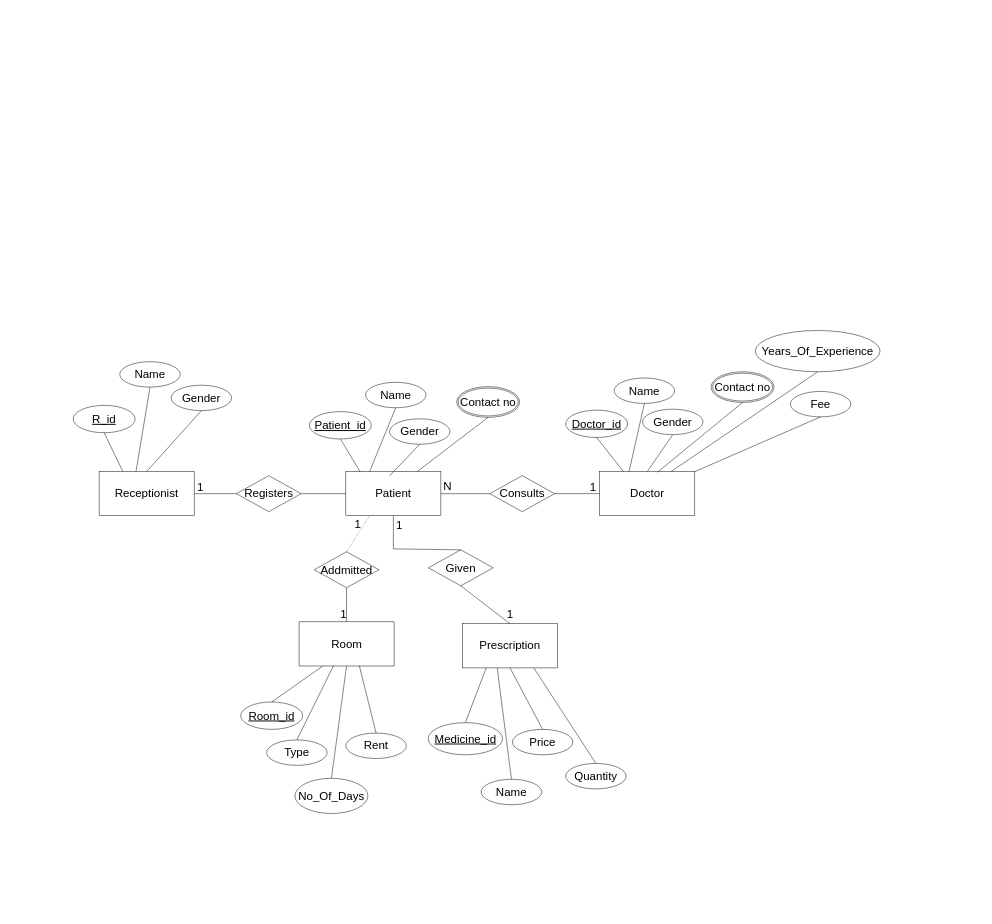
Before: hospital_ER.drawio in fayas1234/HOSPITAL-MANAGEMENT-SYSTEM, a draw.io diagram. Source tidied: cells renumbered, new cells numbered last; positions are measured from the earlier drawing's top-left corner, leaving out a move shared by most shapes. Both pictures are drawn from the tidied source at 48%, with x=0, y=0 at pixel (73, 330).
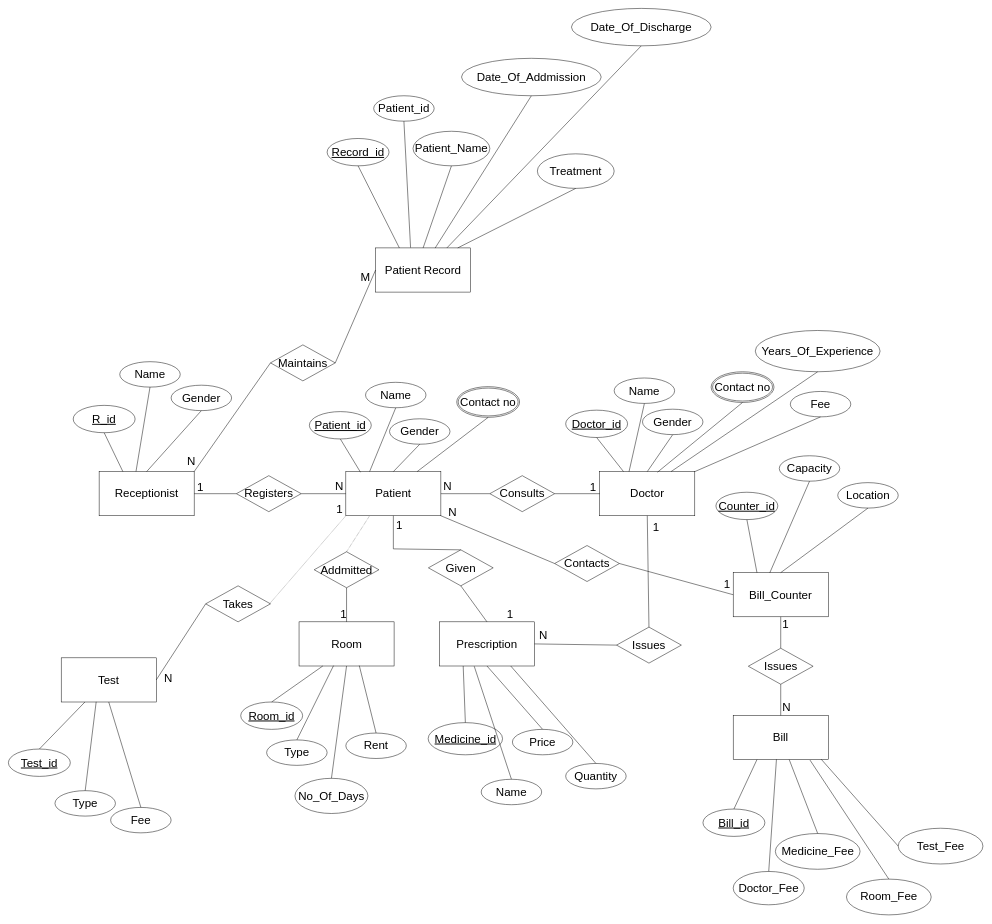
The same diagram, later.

Unchanged cells that the change refers to:
```xml
<mxCell id="2" value="&lt;font style=&quot;font-size: 24px;&quot;&gt;Patient&lt;/font&gt;" style="whiteSpace=wrap;html=1;align=center;" parent="1" vertex="1">
  <mxGeometry x="568" y="294" width="198" height="92" as="geometry" />
</mxCell>
<mxCell id="7" value="Gender" style="ellipse;whiteSpace=wrap;html=1;align=center;fontSize=24;" parent="1" vertex="1">
  <mxGeometry x="659" y="184" width="126" height="53" as="geometry" />
</mxCell>
<mxCell id="9" value="&lt;span style=&quot;font-size: 24px;&quot;&gt;Doctor&lt;/span&gt;" style="whiteSpace=wrap;html=1;align=center;" parent="1" vertex="1">
  <mxGeometry x="1097" y="294" width="198" height="92" as="geometry" />
</mxCell>
<mxCell id="31" style="endArrow=none;html=1;rounded=0;dashed=1;dashPattern=1 2;fontSize=24;entryX=0.25;entryY=1;entryDx=0;entryDy=0;exitX=0.5;exitY=0;exitDx=0;exitDy=0;" parent="1" edge="1" source="28" target="2">
  <mxGeometry relative="1" as="geometry" />
</mxCell>
<mxCell id="57" value="&lt;span style=&quot;font-size: 24px;&quot;&gt;Receptionist&lt;/span&gt;" style="whiteSpace=wrap;html=1;align=center;" parent="1" vertex="1">
  <mxGeometry x="54" y="294" width="198" height="92" as="geometry" />
</mxCell>
```

Diff of the diagram source:
```diff
@@
-    <mxCell id="8" style="endArrow=none;html=1;rounded=0;fontSize=24;entryX=0.5;entryY=1;entryDx=0;entryDy=0;" parent="1" edge="1" target="7">
-      <mxGeometry relative="1" as="geometry">
-        <mxPoint x="659" y="303" as="sourcePoint" />
-      </mxGeometry>
+    <mxCell id="8" style="endArrow=none;html=1;rounded=0;fontSize=24;entryX=0.5;entryY=1;entryDx=0;entryDy=0;exitX=0.5;exitY=0;exitDx=0;exitDy=0;" parent="1" edge="1" source="2" target="7">
+      <mxGeometry relative="1" as="geometry" />
     </mxCell>
@@
     <mxCell id="32" value="1" style="html=1;align=right;verticalAlign=bottom;fontSize=24;" parent="31" vertex="1">
       <mxGeometry x="1" relative="1" as="geometry">
-        <mxPoint x="-17" y="34" as="offset" />
+        <mxPoint x="-55" y="3" as="offset" />
       </mxGeometry>
     </mxCell>
@@
     <mxCell id="43" value="&lt;span style=&quot;font-size: 24px;&quot;&gt;Prescription&lt;/span&gt;" style="whiteSpace=wrap;html=1;align=center;" parent="1" vertex="1">
-      <mxGeometry x="811" y="611" width="198" height="92" as="geometry" />
+      <mxGeometry x="763" y="607" width="198" height="92" as="geometry" />
     </mxCell>
@@
+    <mxCell id="68" value="N" style="html=1;align=right;verticalAlign=bottom;fontSize=24;" parent="1" vertex="1">
+      <mxGeometry x="807.5" y="365.5" as="geometry">
+        <mxPoint x="-245" y="-26" as="offset" />
+      </mxGeometry>
+    </mxCell>
+    <mxCell id="69" value="&lt;span style=&quot;font-size: 24px;&quot;&gt;Bill_Counter&lt;/span&gt;" style="whiteSpace=wrap;html=1;align=center;" parent="1" vertex="1">
+      <mxGeometry x="1375" y="504.5" width="198" height="92" as="geometry" />
+    </mxCell>
+    <mxCell id="70" value="Contacts" style="shape=rhombus;perimeter=rhombusPerimeter;whiteSpace=wrap;html=1;align=center;fontSize=24;" parent="1" vertex="1">
+      <mxGeometry x="1003" y="448" width="135" height="75" as="geometry" />
+    </mxCell>
+    <mxCell id="71" style="endArrow=none;html=1;rounded=0;exitX=0;exitY=0.5;exitDx=0;exitDy=0;entryX=1;entryY=1;entryDx=0;entryDy=0;" parent="1" edge="1" source="70" target="2">
+      <mxGeometry relative="1" as="geometry" />
+    </mxCell>
+    <mxCell id="72" style="endArrow=none;html=1;rounded=0;exitX=1;exitY=0.5;exitDx=0;exitDy=0;entryX=0;entryY=0.5;entryDx=0;entryDy=0;" parent="1" edge="1" source="70" target="69">
+      <mxGeometry relative="1" as="geometry" />
+    </mxCell>
+    <mxCell id="73" value="N" style="html=1;align=right;verticalAlign=bottom;fontSize=24;" parent="1" vertex="1">
+      <mxGeometry x="791" y="355" as="geometry">
+        <mxPoint x="8" y="40" as="offset" />
+      </mxGeometry>
+    </mxCell>
+    <mxCell id="74" value="1" style="text;html=1;strokeColor=none;fillColor=none;align=center;verticalAlign=middle;whiteSpace=wrap;rounded=0;fontSize=24;" parent="1" vertex="1">
+      <mxGeometry x="1346" y="513" width="33" height="32" as="geometry" />
+    </mxCell>
+    <mxCell id="75" value="&lt;span style=&quot;font-size: 24px;&quot;&gt;Bill&lt;/span&gt;" style="whiteSpace=wrap;html=1;align=center;" parent="1" vertex="1">
+      <mxGeometry x="1375" y="802" width="198" height="92" as="geometry" />
+    </mxCell>
+    <mxCell id="76" value="Counter_id" style="ellipse;whiteSpace=wrap;html=1;align=center;fontStyle=4;fontSize=24;" parent="1" vertex="1">
+      <mxGeometry x="1339" y="337" width="129" height="57" as="geometry" />
+    </mxCell>
+    <mxCell id="77" style="endArrow=none;html=1;rounded=0;fontSize=24;exitX=0.25;exitY=0;exitDx=0;exitDy=0;entryX=0.5;entryY=1;entryDx=0;entryDy=0;" parent="1" edge="1" source="69" target="76">
+      <mxGeometry relative="1" as="geometry" />
+    </mxCell>
+    <mxCell id="78" value="Capacity" style="ellipse;whiteSpace=wrap;html=1;align=center;fontSize=24;" parent="1" vertex="1">
+      <mxGeometry x="1471" y="261" width="126" height="53" as="geometry" />
+    </mxCell>
+    <mxCell id="79" style="endArrow=none;html=1;rounded=0;fontSize=24;entryX=0.5;entryY=1;entryDx=0;entryDy=0;exitX=0.385;exitY=0.004;exitDx=0;exitDy=0;exitPerimeter=0;" parent="1" edge="1" source="69" target="78">
+      <mxGeometry relative="1" as="geometry" />
+    </mxCell>
+    <mxCell id="80" value="Location" style="ellipse;whiteSpace=wrap;html=1;align=center;fontSize=24;" parent="1" vertex="1">
+      <mxGeometry x="1592.8" y="317" width="126" height="53" as="geometry" />
+    </mxCell>
+    <mxCell id="81" style="endArrow=none;html=1;rounded=0;fontSize=24;entryX=0.5;entryY=1;entryDx=0;entryDy=0;exitX=0.5;exitY=0;exitDx=0;exitDy=0;" parent="1" edge="1" source="69" target="80">
+      <mxGeometry relative="1" as="geometry" />
+    </mxCell>
+    <mxCell id="82" value="Issues" style="shape=rhombus;perimeter=rhombusPerimeter;whiteSpace=wrap;html=1;align=center;fontSize=24;" parent="1" vertex="1">
+      <mxGeometry x="1406.5" y="662" width="135" height="75" as="geometry" />
+    </mxCell>
+    <mxCell id="83" style="endArrow=none;html=1;rounded=0;entryX=0.5;entryY=1;entryDx=0;entryDy=0;exitX=0.5;exitY=0;exitDx=0;exitDy=0;" parent="1" edge="1" source="82" target="69">
+      <mxGeometry relative="1" as="geometry" />
+    </mxCell>
+    <mxCell id="84" style="endArrow=none;html=1;rounded=0;entryX=0.5;entryY=0;entryDx=0;entryDy=0;exitX=0.5;exitY=1;exitDx=0;exitDy=0;" parent="1" edge="1" source="82" target="75">
+      <mxGeometry relative="1" as="geometry" />
+    </mxCell>
+    <mxCell id="85" value="1" style="text;html=1;strokeColor=none;fillColor=none;align=center;verticalAlign=middle;whiteSpace=wrap;rounded=0;fontSize=24;" parent="1" vertex="1">
+      <mxGeometry x="1468" y="596.5" width="33" height="32" as="geometry" />
+    </mxCell>
+    <mxCell id="86" value="N" style="html=1;align=right;verticalAlign=bottom;fontSize=24;" parent="1" vertex="1">
+      <mxGeometry x="1487" y="762" as="geometry">
+        <mxPoint x="8" y="40" as="offset" />
+      </mxGeometry>
+    </mxCell>
+    <mxCell id="87" value="Bill_id" style="ellipse;whiteSpace=wrap;html=1;align=center;fontStyle=4;fontSize=24;rotation=0;" parent="1" vertex="1">
+      <mxGeometry x="1312" y="997" width="129" height="57" as="geometry" />
+    </mxCell>
+    <mxCell id="88" style="endArrow=none;html=1;rounded=0;fontSize=24;exitX=0.25;exitY=1;exitDx=0;exitDy=0;entryX=0.5;entryY=0;entryDx=0;entryDy=0;" parent="1" edge="1" source="75" target="87">
+      <mxGeometry relative="1" as="geometry" />
+    </mxCell>
+    <mxCell id="89" value="Doctor_Fee" style="ellipse;whiteSpace=wrap;html=1;align=center;fontSize=24;" parent="1" vertex="1">
+      <mxGeometry x="1375" y="1127" width="148" height="69.5" as="geometry" />
+    </mxCell>
+    <mxCell id="90" style="endArrow=none;html=1;rounded=0;fontSize=24;entryX=0.5;entryY=0;entryDx=0;entryDy=0;exitX=0.455;exitY=0.994;exitDx=0;exitDy=0;exitPerimeter=0;" parent="1" edge="1" source="75" target="89">
+      <mxGeometry relative="1" as="geometry" />
+    </mxCell>
+    <mxCell id="91" value="Medicine_Fee" style="ellipse;whiteSpace=wrap;html=1;align=center;fontSize=24;" parent="1" vertex="1">
+      <mxGeometry x="1462.8" y="1048" width="176.5" height="74.5" as="geometry" />
+    </mxCell>
+    <mxCell id="92" style="endArrow=none;html=1;rounded=0;fontSize=24;entryX=0.5;entryY=0;entryDx=0;entryDy=0;" parent="1" edge="1" source="75" target="91">
+      <mxGeometry relative="1" as="geometry" />
+    </mxCell>
+    <mxCell id="93" value="Room_Fee" style="ellipse;whiteSpace=wrap;html=1;align=center;fontSize=24;" parent="1" vertex="1">
+      <mxGeometry x="1611" y="1143" width="176.5" height="74.5" as="geometry" />
+    </mxCell>
+    <mxCell id="94" style="endArrow=none;html=1;rounded=0;fontSize=24;entryX=0.5;entryY=0;entryDx=0;entryDy=0;exitX=0.808;exitY=1.011;exitDx=0;exitDy=0;exitPerimeter=0;" parent="1" edge="1" source="75" target="93">
+      <mxGeometry relative="1" as="geometry" />
+    </mxCell>
+    <mxCell id="95" value="Issues" style="shape=rhombus;perimeter=rhombusPerimeter;whiteSpace=wrap;html=1;align=center;fontSize=24;" parent="1" vertex="1">
+      <mxGeometry x="1132" y="618" width="135" height="75" as="geometry" />
+    </mxCell>
+    <mxCell id="96" style="endArrow=none;html=1;rounded=0;entryX=0.5;entryY=1;entryDx=0;entryDy=0;exitX=0.5;exitY=0;exitDx=0;exitDy=0;" parent="1" edge="1" source="95" target="9">
+      <mxGeometry relative="1" as="geometry" />
+    </mxCell>
+    <mxCell id="97" value="1" style="text;html=1;strokeColor=none;fillColor=none;align=center;verticalAlign=middle;whiteSpace=wrap;rounded=0;fontSize=24;" parent="1" vertex="1">
+      <mxGeometry x="1198" y="395" width="33" height="32" as="geometry" />
+    </mxCell>
+    <mxCell id="98" style="endArrow=none;html=1;rounded=0;exitX=1;exitY=0.5;exitDx=0;exitDy=0;entryX=0;entryY=0.5;entryDx=0;entryDy=0;" parent="1" edge="1" source="43" target="95">
+      <mxGeometry relative="1" as="geometry" />
+    </mxCell>
+    <mxCell id="99" value="N" style="html=1;align=right;verticalAlign=bottom;fontSize=24;" parent="1" vertex="1">
+      <mxGeometry x="980" y="611" as="geometry">
+        <mxPoint x="8" y="40" as="offset" />
+      </mxGeometry>
+    </mxCell>
+    <mxCell id="100" value="Test_Fee" style="ellipse;whiteSpace=wrap;html=1;align=center;fontSize=24;" parent="1" vertex="1">
+      <mxGeometry x="1718.8" y="1037" width="176.5" height="74.5" as="geometry" />
+    </mxCell>
+    <mxCell id="101" style="endArrow=none;html=1;rounded=0;fontSize=24;entryX=0;entryY=0.5;entryDx=0;entryDy=0;exitX=0.926;exitY=0.992;exitDx=0;exitDy=0;exitPerimeter=0;" parent="1" edge="1" source="75" target="100">
+      <mxGeometry relative="1" as="geometry" />
+    </mxCell>
+    <mxCell id="102" value="&lt;span style=&quot;font-size: 24px;&quot;&gt;Test&lt;/span&gt;" style="whiteSpace=wrap;html=1;align=center;" parent="1" vertex="1">
+      <mxGeometry x="-25" y="682" width="198" height="92" as="geometry" />
+    </mxCell>
+    <mxCell id="103" value="Takes" style="shape=rhombus;perimeter=rhombusPerimeter;whiteSpace=wrap;html=1;align=center;fontSize=24;" parent="1" vertex="1">
+      <mxGeometry x="276" y="532" width="135" height="75" as="geometry" />
+    </mxCell>
+    <mxCell id="104" style="endArrow=none;html=1;rounded=0;dashed=1;dashPattern=1 2;entryX=0;entryY=1;entryDx=0;entryDy=0;exitX=0.985;exitY=0.5;exitDx=0;exitDy=0;exitPerimeter=0;" parent="1" edge="1" source="103" target="2">
+      <mxGeometry relative="1" as="geometry" />
+    </mxCell>
+    <mxCell id="105" style="endArrow=none;html=1;rounded=0;exitX=0;exitY=0.5;exitDx=0;exitDy=0;entryX=1;entryY=0.5;entryDx=0;entryDy=0;" parent="1" edge="1" source="103" target="102">
+      <mxGeometry relative="1" as="geometry" />
+    </mxCell>
+    <mxCell id="106" value="N" style="html=1;align=right;verticalAlign=bottom;fontSize=24;" parent="1" vertex="1">
+      <mxGeometry x="199" y="699.5" as="geometry">
+        <mxPoint x="8" y="40" as="offset" />
+      </mxGeometry>
+    </mxCell>
+    <mxCell id="107" value="Test_id" style="ellipse;whiteSpace=wrap;html=1;align=center;fontStyle=4;fontSize=24;rotation=0;" parent="1" vertex="1">
+      <mxGeometry x="-135" y="872" width="129" height="57" as="geometry" />
+    </mxCell>
+    <mxCell id="108" style="endArrow=none;html=1;rounded=0;fontSize=24;exitX=0.25;exitY=1;exitDx=0;exitDy=0;entryX=0.5;entryY=0;entryDx=0;entryDy=0;" parent="1" edge="1" source="102" target="107">
+      <mxGeometry relative="1" as="geometry" />
+    </mxCell>
+    <mxCell id="109" value="Type" style="ellipse;whiteSpace=wrap;html=1;align=center;fontSize=24;" parent="1" vertex="1">
+      <mxGeometry x="-38" y="958.7" width="126" height="53" as="geometry" />
+    </mxCell>
+    <mxCell id="110" style="endArrow=none;html=1;rounded=0;fontSize=24;entryX=0.5;entryY=0;entryDx=0;entryDy=0;exitX=0.368;exitY=0.996;exitDx=0;exitDy=0;exitPerimeter=0;" parent="1" edge="1" source="102" target="109">
+      <mxGeometry relative="1" as="geometry" />
+    </mxCell>
+    <mxCell id="111" value="Fee" style="ellipse;whiteSpace=wrap;html=1;align=center;fontSize=24;" parent="1" vertex="1">
+      <mxGeometry x="78" y="993.6" width="126" height="53" as="geometry" />
+    </mxCell>
+    <mxCell id="112" style="endArrow=none;html=1;rounded=0;fontSize=24;entryX=0.5;entryY=0;entryDx=0;entryDy=0;exitX=0.5;exitY=1;exitDx=0;exitDy=0;" parent="1" edge="1" source="102" target="111">
+      <mxGeometry relative="1" as="geometry" />
+    </mxCell>
+    <mxCell id="113" value="&lt;font style=&quot;font-size: 24px;&quot;&gt;Patient Record&lt;/font&gt;" style="whiteSpace=wrap;html=1;align=center;" parent="1" vertex="1">
+      <mxGeometry x="630" y="-172" width="198" height="92" as="geometry" />
+    </mxCell>
+    <mxCell id="114" value="Maintains" style="shape=rhombus;perimeter=rhombusPerimeter;whiteSpace=wrap;html=1;align=center;fontSize=24;" parent="1" vertex="1">
+      <mxGeometry x="411" y="30" width="135" height="75" as="geometry" />
+    </mxCell>
+    <mxCell id="115" style="endArrow=none;html=1;rounded=0;entryX=0;entryY=0.5;entryDx=0;entryDy=0;exitX=1;exitY=0;exitDx=0;exitDy=0;" parent="1" edge="1" source="57" target="114">
+      <mxGeometry relative="1" as="geometry" />
+    </mxCell>
+    <mxCell id="116" value="N" style="html=1;align=right;verticalAlign=bottom;fontSize=24;" parent="1" vertex="1">
+      <mxGeometry x="245" y="273" as="geometry">
+        <mxPoint x="10" y="16" as="offset" />
+      </mxGeometry>
+    </mxCell>
+    <mxCell id="117" style="endArrow=none;html=1;rounded=0;entryX=0;entryY=0.5;entryDx=0;entryDy=0;exitX=1;exitY=0.5;exitDx=0;exitDy=0;" parent="1" edge="1" source="114" target="113">
+      <mxGeometry relative="1" as="geometry" />
+    </mxCell>
+    <mxCell id="118" value="M" style="html=1;align=right;verticalAlign=bottom;fontSize=24;" parent="1" vertex="1">
+      <mxGeometry x="272" y="269" as="geometry">
+        <mxPoint x="347" y="-364" as="offset" />
+      </mxGeometry>
+    </mxCell>
+    <mxCell id="119" value="Record_id" style="ellipse;whiteSpace=wrap;html=1;align=center;fontStyle=4;fontSize=24;" parent="1" vertex="1">
+      <mxGeometry x="529" y="-400" width="129" height="57" as="geometry" />
+    </mxCell>
+    <mxCell id="120" style="endArrow=none;html=1;rounded=0;fontSize=24;exitX=0.25;exitY=0;exitDx=0;exitDy=0;entryX=0.5;entryY=1;entryDx=0;entryDy=0;" parent="1" edge="1" source="113" target="119">
+      <mxGeometry relative="1" as="geometry" />
+    </mxCell>
+    <mxCell id="121" value="Patient_id" style="ellipse;whiteSpace=wrap;html=1;align=center;fontSize=24;" parent="1" vertex="1">
+      <mxGeometry x="626" y="-489" width="126" height="53" as="geometry" />
+    </mxCell>
+    <mxCell id="122" style="endArrow=none;html=1;rounded=0;fontSize=24;entryX=0.5;entryY=1;entryDx=0;entryDy=0;exitX=0.368;exitY=-0.007;exitDx=0;exitDy=0;exitPerimeter=0;" parent="1" edge="1" source="113" target="121">
+      <mxGeometry relative="1" as="geometry" />
+    </mxCell>
+    <mxCell id="123" value="Patient_Name" style="ellipse;whiteSpace=wrap;html=1;align=center;fontSize=24;" parent="1" vertex="1">
+      <mxGeometry x="708" y="-415" width="160" height="72" as="geometry" />
+    </mxCell>
+    <mxCell id="124" style="endArrow=none;html=1;rounded=0;fontSize=24;entryX=0.5;entryY=1;entryDx=0;entryDy=0;exitX=0.5;exitY=0;exitDx=0;exitDy=0;" parent="1" edge="1" source="113" target="123">
+      <mxGeometry relative="1" as="geometry" />
+    </mxCell>
+    <mxCell id="125" value="Date_Of_Addmission" style="ellipse;whiteSpace=wrap;html=1;align=center;fontSize=24;" parent="1" vertex="1">
+      <mxGeometry x="809" y="-567" width="291" height="78" as="geometry" />
+    </mxCell>
+    <mxCell id="126" style="endArrow=none;html=1;rounded=0;fontSize=24;entryX=0.5;entryY=1;entryDx=0;entryDy=0;exitX=0.626;exitY=0.004;exitDx=0;exitDy=0;exitPerimeter=0;" parent="1" edge="1" source="113" target="125">
+      <mxGeometry relative="1" as="geometry" />
+    </mxCell>
+    <mxCell id="127" value="Date_Of_Discharge" style="ellipse;whiteSpace=wrap;html=1;align=center;fontSize=24;" parent="1" vertex="1">
+      <mxGeometry x="1038" y="-671" width="291" height="78" as="geometry" />
+    </mxCell>
+    <mxCell id="128" style="endArrow=none;html=1;rounded=0;fontSize=24;entryX=0.5;entryY=1;entryDx=0;entryDy=0;exitX=0.75;exitY=0;exitDx=0;exitDy=0;" parent="1" edge="1" source="113" target="127">
+      <mxGeometry relative="1" as="geometry" />
+    </mxCell>
+    <mxCell id="129" value="Treatment" style="ellipse;whiteSpace=wrap;html=1;align=center;fontSize=24;" parent="1" vertex="1">
+      <mxGeometry x="967" y="-368" width="160" height="72" as="geometry" />
+    </mxCell>
+    <mxCell id="130" style="endArrow=none;html=1;rounded=0;fontSize=24;entryX=0.5;entryY=1;entryDx=0;entryDy=0;exitX=0.864;exitY=0;exitDx=0;exitDy=0;exitPerimeter=0;" parent="1" edge="1" source="113" target="129">
+      <mxGeometry relative="1" as="geometry" />
+    </mxCell>
```
